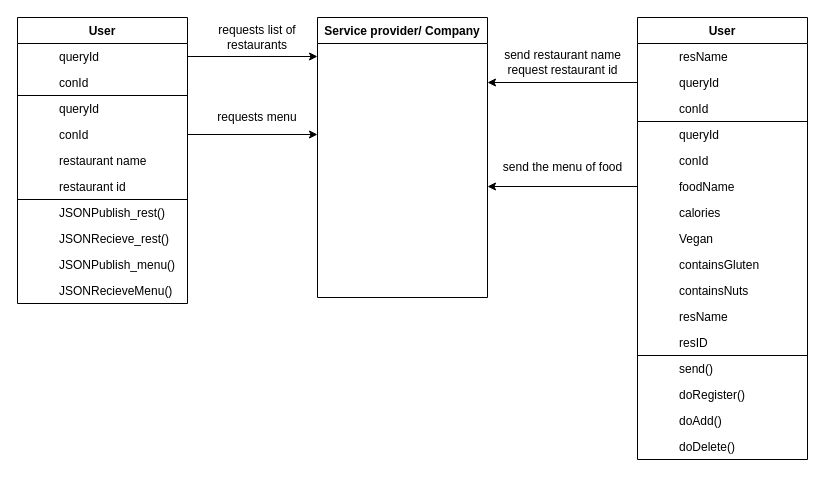
Before: UML2.0.drawio in BarrettFrost/Smart_menu-project, a draw.io diagram. Source tidied: cells renumbered, new cells numbered last; positions are measured from the earlier drawing's top-left corner, leaving out a move shared by most shapes. Both pictures are drawn from the tidied source at 100%, with x=0, y=0 at pixel (17, 17).
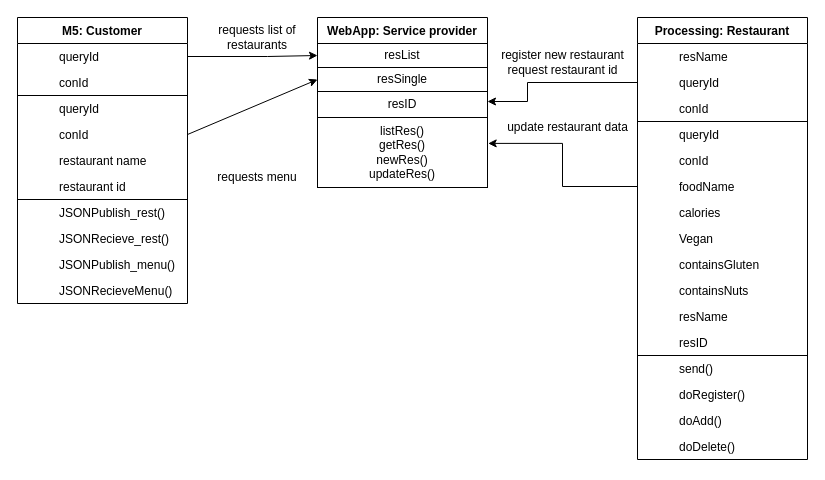
The same diagram, later.

Commit message:
UML complete

The change refers to these unchanged cells:
```xml
<mxCell id="13" value="queryId" style="shape=partialRectangle;top=0;left=0;right=0;bottom=1;align=left;verticalAlign=top;fillColor=none;spacingLeft=40;spacingRight=4;overflow=hidden;points=[[0,0.5],[1,0.5]];portConstraint=eastwest;rounded=0;shadow=0;strokeWidth=1;fontStyle=0;strokeColor=none;" parent="10" vertex="1">
  <mxGeometry y="52" width="170" height="26" as="geometry" />
</mxCell>
<mxCell id="21" value="foodName" style="shape=partialRectangle;top=0;left=0;right=0;bottom=1;align=left;verticalAlign=top;fillColor=none;spacingLeft=40;spacingRight=4;overflow=hidden;points=[[0,0.5],[1,0.5]];portConstraint=eastwest;rounded=0;shadow=0;strokeWidth=1;fontStyle=0;strokeColor=none;" parent="10" vertex="1">
  <mxGeometry y="156" width="170" height="26" as="geometry" />
</mxCell>
<mxCell id="44" value="queryId" style="shape=partialRectangle;top=0;left=0;right=0;bottom=1;align=left;verticalAlign=top;fillColor=none;spacingLeft=40;spacingRight=4;overflow=hidden;points=[[0,0.5],[1,0.5]];portConstraint=eastwest;rounded=0;shadow=0;strokeWidth=1;fontStyle=0;strokeColor=none;" parent="43" vertex="1">
  <mxGeometry y="26" width="170" height="26" as="geometry" />
</mxCell>
<mxCell id="50" value="conId" style="shape=partialRectangle;top=0;left=0;right=0;bottom=1;align=left;verticalAlign=top;fillColor=none;spacingLeft=40;spacingRight=4;overflow=hidden;points=[[0,0.5],[1,0.5]];portConstraint=eastwest;rounded=0;shadow=0;strokeWidth=1;fontStyle=0;strokeColor=none;" parent="43" vertex="1">
  <mxGeometry y="104" width="170" height="26" as="geometry" />
</mxCell>
```

What changed in the source:
```diff
@@
-    <mxCell id="2" style="edgeStyle=none;rounded=0;jettySize=auto;html=1;exitX=1;exitY=0.5;exitDx=0;exitDy=0;entryX=0;entryY=0.5;entryDx=0;entryDy=0;" parent="1" edge="1" source="44" target="65">
-      <mxGeometry relative="1" as="geometry" />
+    <mxCell id="2" style="edgeStyle=none;rounded=0;jettySize=auto;html=1;exitX=1;exitY=0.5;exitDx=0;exitDy=0;entryX=0;entryY=0.5;entryDx=0;entryDy=0;" parent="1" edge="1" source="44" target="73">
+      <mxGeometry relative="1" as="geometry">
+        <Array as="points">
+          <mxPoint x="250" y="39" />
+        </Array>
+      </mxGeometry>
     </mxCell>
-    <mxCell id="3" style="edgeStyle=none;rounded=0;jettySize=auto;html=1;exitX=1;exitY=0.5;exitDx=0;exitDy=0;entryX=0;entryY=0.5;entryDx=0;entryDy=0;" parent="1" edge="1" source="50" target="71">
+    <mxCell id="3" style="edgeStyle=none;rounded=0;jettySize=auto;html=1;entryX=0;entryY=0.5;entryDx=0;entryDy=0;exitX=1;exitY=0.5;exitDx=0;exitDy=0;" parent="1" edge="1" source="50" target="74">
       <mxGeometry relative="1" as="geometry" />
     </mxCell>
@@
     <mxCell id="5" value="requests menu" style="text;html=1;strokeColor=none;fillColor=none;align=center;verticalAlign=middle;whiteSpace=wrap;rounded=0;shadow=0;opacity=0;" parent="1" vertex="1">
-      <mxGeometry x="180" y="90" width="120" height="20" as="geometry" />
+      <mxGeometry x="180" y="150" width="120" height="20" as="geometry" />
     </mxCell>
-    <mxCell id="6" value="send restaurant name&lt;br&gt;request restaurant id" style="text;html=1;align=center;verticalAlign=middle;" parent="1" vertex="1">
-      <mxGeometry x="480" y="30" width="130" height="30" as="geometry" />
+    <mxCell id="6" value="register new restaurant&lt;br&gt;request restaurant id" style="text;html=1;align=center;verticalAlign=middle;" parent="1" vertex="1">
+      <mxGeometry x="475" y="30" width="140" height="30" as="geometry" />
     </mxCell>
-    <mxCell id="7" value="send the menu of food" style="text;html=1;align=center;verticalAlign=middle;" parent="1" vertex="1">
-      <mxGeometry x="480" y="140" width="130" height="20" as="geometry" />
+    <mxCell id="7" value="update restaurant data" style="text;html=1;align=center;verticalAlign=middle;" parent="1" vertex="1">
+      <mxGeometry x="480" y="100" width="140" height="20" as="geometry" />
     </mxCell>
-    <mxCell id="8" style="edgeStyle=orthogonalEdgeStyle;rounded=0;jettySize=auto;html=1;exitX=0;exitY=0.5;exitDx=0;exitDy=0;entryX=1;entryY=0.5;entryDx=0;entryDy=0;" parent="1" edge="1" source="13" target="67">
-      <mxGeometry relative="1" as="geometry" />
+    <mxCell id="8" style="edgeStyle=orthogonalEdgeStyle;rounded=0;jettySize=auto;html=1;exitX=0;exitY=0.5;exitDx=0;exitDy=0;" parent="1" edge="1" source="13">
+      <mxGeometry relative="1" as="geometry">
+        <mxPoint x="470" y="84" as="targetPoint" />
+        <Array as="points">
+          <mxPoint x="510" y="65" />
+          <mxPoint x="510" y="84" />
+          <mxPoint x="470" y="84" />
+        </Array>
+      </mxGeometry>
     </mxCell>
-    <mxCell id="9" style="edgeStyle=orthogonalEdgeStyle;rounded=0;jettySize=auto;html=1;exitX=0;exitY=0.5;exitDx=0;exitDy=0;" parent="1" edge="1" source="21">
-      <mxGeometry relative="1" as="geometry">
-        <mxPoint x="470" y="169" as="targetPoint" />
-      </mxGeometry>
+    <mxCell id="9" style="edgeStyle=orthogonalEdgeStyle;rounded=0;jettySize=auto;html=1;exitX=0;exitY=0.5;exitDx=0;exitDy=0;entryX=1.004;entryY=0.37;entryDx=0;entryDy=0;entryPerimeter=0;" parent="1" edge="1" source="21" target="76">
+      <mxGeometry relative="1" as="geometry" />
     </mxCell>
-    <mxCell id="10" value="User" style="swimlane;fontStyle=1;horizontal=1;startSize=26;rounded=0;shadow=0;strokeWidth=1;strokeColor=#000000;" parent="1" vertex="1">
+    <mxCell id="10" value="Processing: Restaurant" style="swimlane;fontStyle=1;horizontal=1;startSize=26;rounded=0;shadow=0;strokeWidth=1;strokeColor=#000000;" parent="1" vertex="1">
       <mxGeometry x="620" width="170" height="442" as="geometry" />
     </mxCell>
@@
-    <mxCell id="43" value="User" style="swimlane;fontStyle=1;horizontal=1;startSize=26;rounded=0;shadow=0;strokeWidth=1;strokeColor=#000000;" parent="1" vertex="1">
+    <mxCell id="43" value="M5: Customer" style="swimlane;fontStyle=1;horizontal=1;startSize=26;rounded=0;shadow=0;strokeWidth=1;strokeColor=#000000;" parent="1" vertex="1">
       <mxGeometry width="170" height="286" as="geometry" />
     </mxCell>
@@
-    <mxCell id="64" value="Service provider/ Company" style="swimlane;fontStyle=1;horizontal=1;startSize=26;rounded=0;shadow=0;strokeWidth=1;" parent="1" vertex="1">
-      <mxGeometry x="300" width="170" height="280" as="geometry" />
+    <mxCell id="64" value="WebApp: Service provider" style="swimlane;fontStyle=1;horizontal=1;startSize=26;rounded=0;shadow=0;strokeWidth=1;" parent="1" vertex="1">
+      <mxGeometry x="300" width="170" height="170" as="geometry" />
     </mxCell>
-    <mxCell id="65" style="shape=partialRectangle;top=0;left=0;right=0;bottom=0;align=left;verticalAlign=top;fillColor=none;spacingLeft=40;spacingRight=4;overflow=hidden;points=[[0,0.5],[1,0.5]];portConstraint=eastwest;rounded=0;shadow=0;strokeWidth=1;strokeColor=none;" parent="64" vertex="1">
-      <mxGeometry y="26" width="170" height="26" as="geometry" />
-    </mxCell>
-    <mxCell id="66" style="shape=partialRectangle;top=0;left=0;bottom=0;fillColor=none;align=left;verticalAlign=top;spacingLeft=4;spacingRight=4;overflow=hidden;strokeColor=none;" parent="65" vertex="1">
-      <mxGeometry width="36" height="26" as="geometry" />
-    </mxCell>
-    <mxCell id="67" style="shape=partialRectangle;top=0;left=0;right=0;bottom=0;align=left;verticalAlign=top;fillColor=none;spacingLeft=40;spacingRight=4;overflow=hidden;points=[[0,0.5],[1,0.5]];portConstraint=eastwest;rounded=0;shadow=0;strokeWidth=1;strokeColor=none;" parent="64" vertex="1">
-      <mxGeometry y="52" width="170" height="26" as="geometry" />
-    </mxCell>
-    <mxCell id="68" style="shape=partialRectangle;top=0;left=0;bottom=0;fillColor=none;align=left;verticalAlign=top;spacingLeft=4;spacingRight=4;overflow=hidden;strokeColor=none;" parent="67" vertex="1">
-      <mxGeometry width="36" height="26" as="geometry" />
-    </mxCell>
-    <mxCell id="69" style="shape=partialRectangle;top=0;left=0;right=0;bottom=0;align=left;verticalAlign=top;fillColor=none;spacingLeft=40;spacingRight=4;overflow=hidden;rounded=0;shadow=0;strokeWidth=1;strokeColor=none;" parent="64" vertex="1">
-      <mxGeometry y="78" width="170" height="26" as="geometry" />
-    </mxCell>
-    <mxCell id="70" style="shape=partialRectangle;top=0;left=0;bottom=0;fillColor=none;align=left;verticalAlign=top;spacingLeft=4;spacingRight=4;overflow=hidden;strokeColor=none;" parent="69" vertex="1">
-      <mxGeometry width="36" height="26" as="geometry" />
-    </mxCell>
-    <mxCell id="71" style="shape=partialRectangle;top=0;left=0;right=0;bottom=0;align=left;verticalAlign=top;fillColor=none;spacingLeft=40;spacingRight=4;overflow=hidden;points=[[0,0.5],[1,0.5]];portConstraint=eastwest;rounded=0;shadow=0;strokeWidth=1;strokeColor=none;" parent="64" vertex="1">
-      <mxGeometry y="104" width="170" height="26" as="geometry" />
-    </mxCell>
-    <mxCell id="72" style="shape=partialRectangle;top=0;left=0;bottom=0;fillColor=none;align=left;verticalAlign=top;spacingLeft=4;spacingRight=4;overflow=hidden;strokeColor=none;" parent="71" vertex="1">
-      <mxGeometry width="36" height="26" as="geometry" />
-    </mxCell>
+    <mxCell id="73" value="resList" style="rounded=0;whiteSpace=wrap;html=1;" parent="64" vertex="1">
+      <mxGeometry y="26" width="170" height="24" as="geometry" />
+    </mxCell>
+    <mxCell id="74" value="resSingle" style="rounded=0;whiteSpace=wrap;html=1;" parent="64" vertex="1">
+      <mxGeometry y="50" width="170" height="24" as="geometry" />
+    </mxCell>
+    <mxCell id="75" value="resID" style="rounded=0;whiteSpace=wrap;html=1;" parent="64" vertex="1">
+      <mxGeometry y="74" width="170" height="26" as="geometry" />
+    </mxCell>
+    <mxCell id="76" value="listRes()&lt;br&gt;getRes()&lt;br&gt;newRes()&lt;br&gt;updateRes()" style="rounded=0;whiteSpace=wrap;html=1;" parent="64" vertex="1">
+      <mxGeometry y="100" width="170" height="70" as="geometry" />
+    </mxCell>
```
